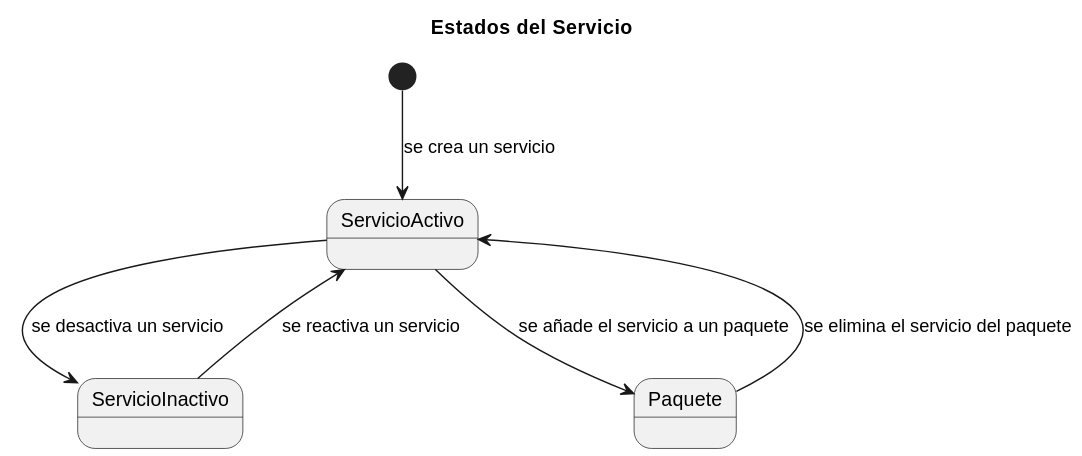
This is Modelo_de_Dominio/Diagramas_de_Estado/Cuarta_Iteración/Servicios/Diagrama_de_Estados_Servicios.svg from mmasias/23-24-IdSw1-SDR, a PlantUML export, as it was before one commit.
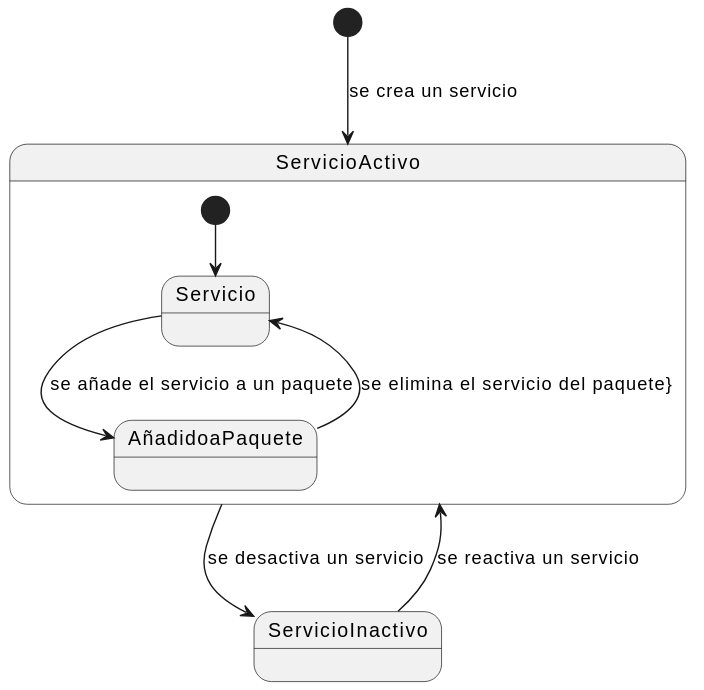
The same file after the commit.

Commit message:
2º iteración diagrama de estados de servicios

What changed in the source:
```diff
@@ -1,11 +1,10 @@
 @startuml
+[*] --> ServicioActivo : se crea un servicio
 
-Title Estados del Servicio
-
-[*] --> ServicioActivo : se crea un servicio
 ServicioActivo--> ServicioInactivo : se desactiva un servicio
 ServicioInactivo--> ServicioActivo : se reactiva un servicio
-ServicioActivo-->Paquete :se añade el servicio a un paquete
-Paquete --> ServicioActivo : se elimina el servicio del paquete
-
+State ServicioActivo{
+[*]-->Servicio
+Servicio-->AñadidoaPaquete :se añade el servicio a un paquete
+AñadidoaPaquete --> Servicio : se elimina el servicio del paquete}
 @enduml
```
